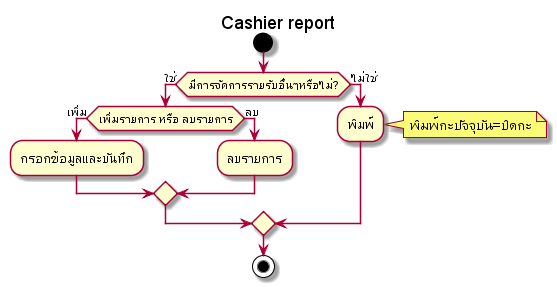
The PlantUML diagram out/activity-diagram/Management/Cashier_report/Cashier_report.png in cheat13/Prompiman_Diagram, before a commit. The source it was exported from:
```plantuml
@startuml
start

title Cashier report

if (มีการจัดการรายรับอื่นๆหรือไม่?) then (ใช่)

if (เพิ่มรายการ หรือ ลบรายการ) then (เพิ่ม)
:กรอกข้อมูลและบันทึก;
else(ลบ)
:ลบรายการ;
endif

else (ไม่ใช่)
:พิมพ์;
note right
พิมพ์กะปัจจุบัน=ปิดกะ
end note
endif


stop
@enduml
```
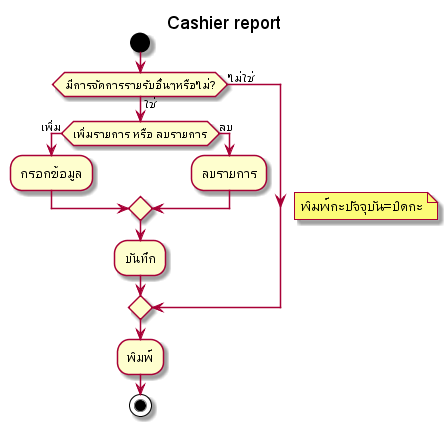
After the change.

Diff of the diagram source:
```diff
@@ -6,17 +6,18 @@
 if (มีการจัดการรายรับอื่นๆหรือไม่?) then (ใช่)
 
 if (เพิ่มรายการ หรือ ลบรายการ) then (เพิ่ม)
-:กรอกข้อมูลและบันทึก;
+:กรอกข้อมูล;
 else(ลบ)
 :ลบรายการ;
 endif
+:บันทึก;
 
 else (ไม่ใช่)
-:พิมพ์;
 note right
 พิมพ์กะปัจจุบัน=ปิดกะ
 end note
 endif
+:พิมพ์;
 
 
 stop
```
